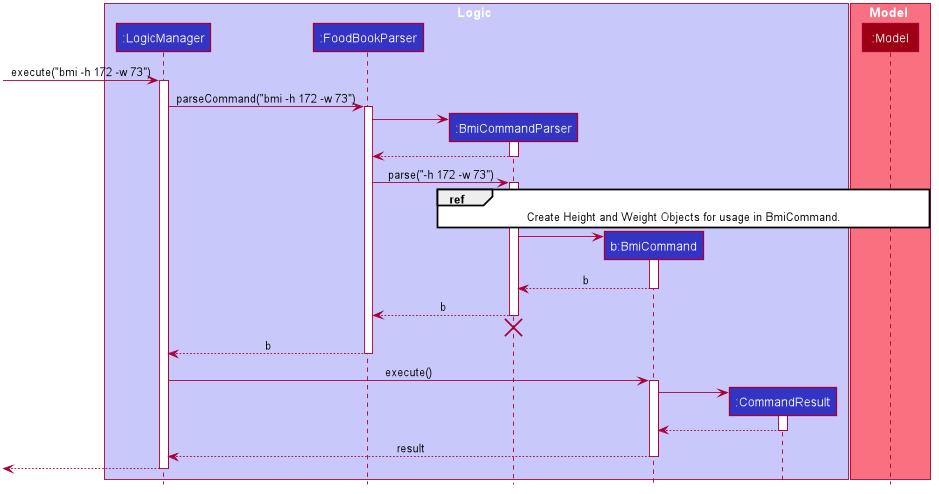
Above: images/DietTrackerBmiCommandSequenceDiagram.png in AY1920S2-CS2103T-W13-1/main (PlantUML), before the change. Its diagram source:
```plantuml
@startuml









skinparam BackgroundColor #FFFFFFF

skinparam Shadowing false

skinparam Class {
    FontColor #FFFFFF
    BorderThickness 1
    BorderColor #FFFFFF
    StereotypeFontColor #FFFFFF
    FontName Arial
}

skinparam Actor {
    BorderColor #000000
    Color #000000
    FontName Arial
}

skinparam Sequence {
    MessageAlign center
    BoxFontSize 15
    BoxPadding 0
    BoxFontColor #FFFFFF
    FontName Arial
}

skinparam Participant {
    FontColor #FFFFFFF
    Padding 20
}

skinparam MinClassWidth 50
skinparam ParticipantPadding 10
skinparam Shadowing false
skinparam DefaultTextAlignment center
skinparam packageStyle Rectangle

hide footbox
hide members
hide circle

box Logic #C8C8FA
participant ":LogicManager" as LogicManager #3333C4
participant ":FoodBookParser" as FoodBookParser #3333C4
participant ":BmiCommandParser" as BmiCommandParser #3333C4
participant "b:BmiCommand" as BmiCommand #3333C4
participant ":CommandResult" as CommandResult #3333C4
end box

box Model #F97181
participant ":Model" as Model #9D0012
end box

[-> LogicManager : execute("bmi -h 172 -w 73")
activate LogicManager

LogicManager -> FoodBookParser : parseCommand("bmi -h 172 -w 73")
activate FoodBookParser

create BmiCommandParser
FoodBookParser -> BmiCommandParser
activate BmiCommandParser

BmiCommandParser --> FoodBookParser
deactivate BmiCommandParser

FoodBookParser -> BmiCommandParser : parse("-h 172 -w 73")
activate BmiCommandParser

ref over BmiCommandParser, Model : Create Height and Weight Objects for usage in BmiCommand.

create BmiCommand
BmiCommandParser -> BmiCommand
activate BmiCommand

BmiCommand --> BmiCommandParser : b
deactivate BmiCommand

BmiCommandParser --> FoodBookParser : b
deactivate BmiCommandParser
BmiCommandParser -[hidden]-> FoodBookParser
destroy BmiCommandParser

FoodBookParser --> LogicManager : b
deactivate FoodBookParser

LogicManager -> BmiCommand : execute()
activate BmiCommand

create CommandResult
BmiCommand -> CommandResult
activate CommandResult

CommandResult --> BmiCommand
deactivate CommandResult

BmiCommand --> LogicManager : result
deactivate BmiCommand

[<--LogicManager
deactivate LogicManager
@enduml
```
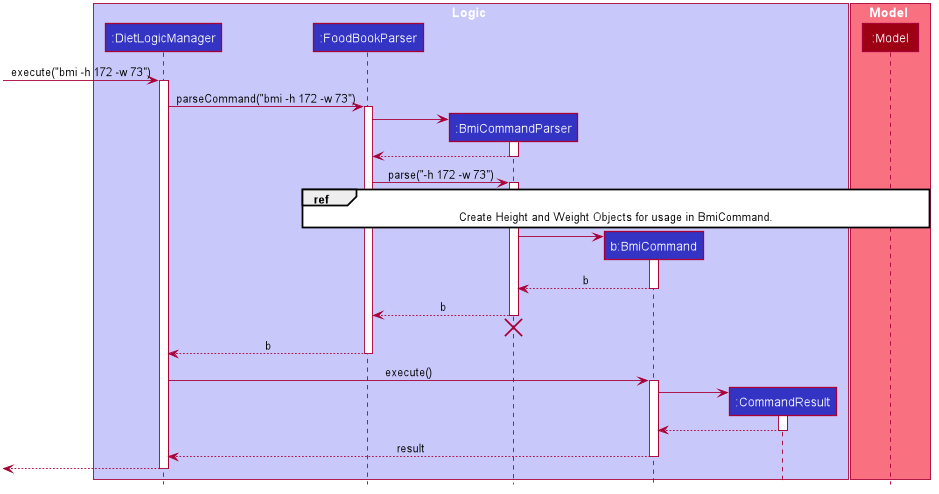
Above is the later version.

The edit, as a diff of the source:
```diff
@@ -50,7 +50,7 @@
 hide circle
 
 box Logic #C8C8FA
-participant ":LogicManager" as LogicManager #3333C4
+participant ":DietLogicManager" as LogicManager #3333C4
 participant ":FoodBookParser" as FoodBookParser #3333C4
 participant ":BmiCommandParser" as BmiCommandParser #3333C4
 participant "b:BmiCommand" as BmiCommand #3333C4
@@ -77,7 +77,7 @@
 FoodBookParser -> BmiCommandParser : parse("-h 172 -w 73")
 activate BmiCommandParser
 
-ref over BmiCommandParser, Model : Create Height and Weight Objects for usage in BmiCommand.
+ref over FoodBookParser, Model : Create Height and Weight Objects for usage in BmiCommand.
 
 create BmiCommand
 BmiCommandParser -> BmiCommand
```
